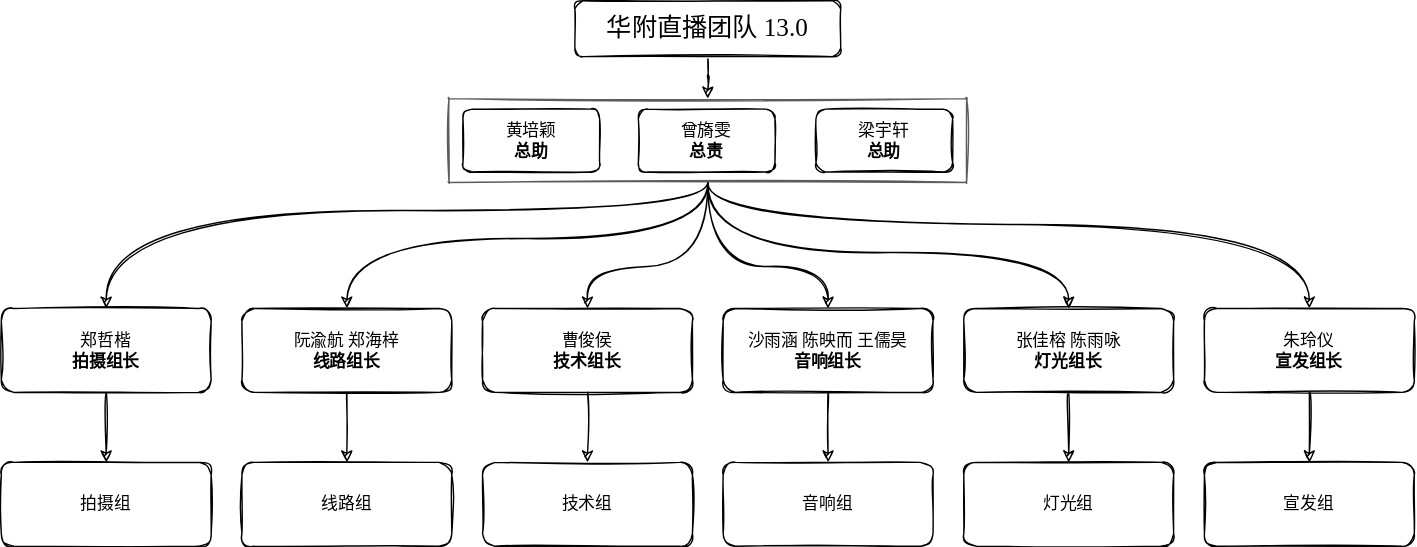
xiaoxuan010/HFLive-Technical-Document-2021 keeps this draw.io diagram as docs/diagrams/人员组织架构.svg. Above is the earlier version. Source tidied: cells renumbered, new cells last; positions are measured from the earlier drawing's top-left corner, leaving out a move shared by most shapes.
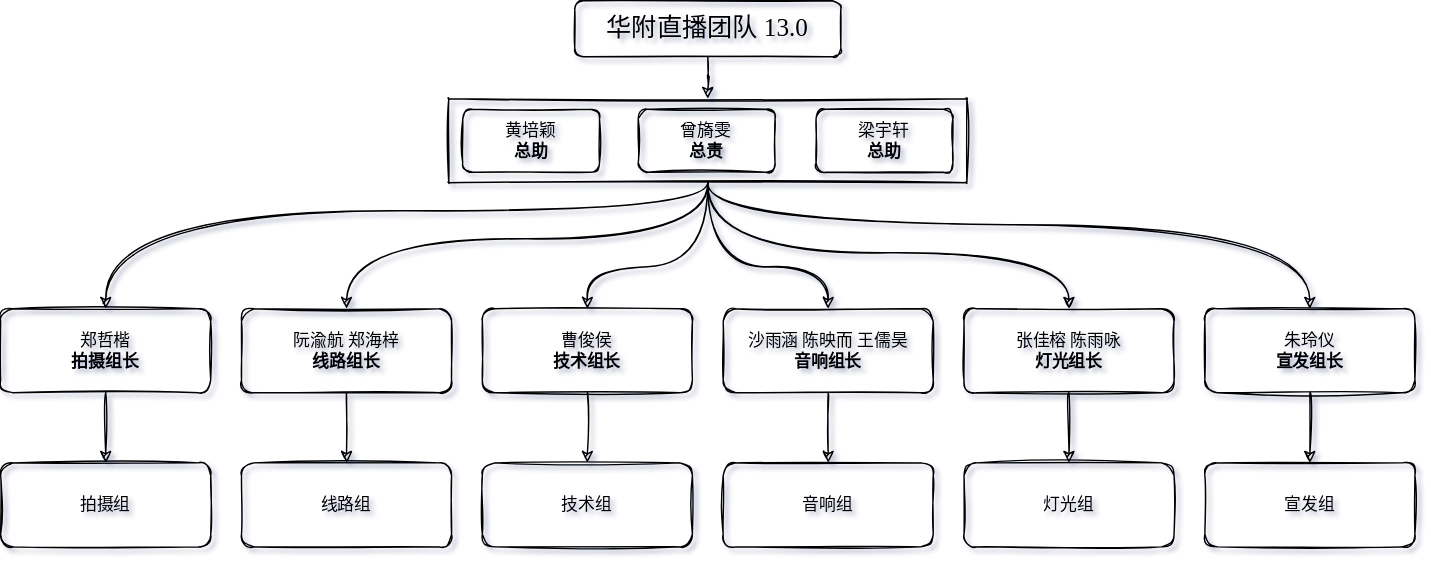
After the change.

Diff of the diagram source:
```diff
@@ -1,8 +1,8 @@
-<mxGraphModel background="#ffffff">
+<mxGraphModel shadow="1">
   <root>
     <mxCell id="0" />
     <mxCell id="1" parent="0" />
-    <mxCell id="2" style="edgeStyle=orthogonalEdgeStyle;jettySize=auto;html=1;fontFamily=思源宋体,serif;fontStyle=0;sketch=1;curved=1;" parent="1" edge="1" source="8" target="14">
+    <mxCell id="2" style="edgeStyle=orthogonalEdgeStyle;jettySize=auto;html=1;fontFamily=思源宋体,serif;fontStyle=0;sketch=1;curved=1;sketchStyle=rough;fixDash=0;labelBackgroundColor=none;shadow=0;swimlaneLine=1;strokeColor=default;" parent="1" edge="1" source="8" target="14">
       <mxGeometry relative="1" as="geometry">
         <Array as="points">
           <mxPoint x="505" y="150" />
@@ -10,7 +10,7 @@
         </Array>
       </mxGeometry>
     </mxCell>
-    <mxCell id="3" style="edgeStyle=orthogonalEdgeStyle;jettySize=auto;html=1;fontFamily=思源宋体,serif;fontStyle=0;sketch=1;curved=1;" parent="1" edge="1" source="8" target="16">
+    <mxCell id="3" style="edgeStyle=orthogonalEdgeStyle;jettySize=auto;html=1;fontFamily=思源宋体,serif;fontStyle=0;sketch=1;curved=1;sketchStyle=rough;fixDash=0;labelBackgroundColor=none;shadow=0;swimlaneLine=1;strokeColor=default;" parent="1" edge="1" source="8" target="16">
       <mxGeometry relative="1" as="geometry">
         <Array as="points">
           <mxPoint x="505" y="170" />
@@ -18,7 +18,7 @@
         </Array>
       </mxGeometry>
     </mxCell>
-    <mxCell id="4" style="edgeStyle=orthogonalEdgeStyle;jettySize=auto;html=1;exitX=0.5;exitY=1;exitDx=0;exitDy=0;fontFamily=思源宋体,serif;fontStyle=0;sketch=1;curved=1;" parent="1" edge="1" source="8" target="18">
+    <mxCell id="4" style="edgeStyle=orthogonalEdgeStyle;jettySize=auto;html=1;exitX=0.5;exitY=1;exitDx=0;exitDy=0;fontFamily=思源宋体,serif;fontStyle=0;sketch=1;curved=1;sketchStyle=rough;fixDash=0;labelBackgroundColor=none;shadow=0;swimlaneLine=1;strokeColor=default;" parent="1" edge="1" source="8" target="18">
       <mxGeometry relative="1" as="geometry">
         <Array as="points">
           <mxPoint x="505" y="190" />
@@ -26,7 +26,7 @@
         </Array>
       </mxGeometry>
     </mxCell>
-    <mxCell id="5" style="edgeStyle=orthogonalEdgeStyle;jettySize=auto;html=1;fontFamily=思源宋体,serif;fontStyle=0;sketch=1;curved=1;" parent="1" edge="1" source="8" target="20">
+    <mxCell id="5" style="edgeStyle=orthogonalEdgeStyle;jettySize=auto;html=1;fontFamily=思源宋体,serif;fontStyle=0;sketch=1;curved=1;sketchStyle=rough;fixDash=0;labelBackgroundColor=none;shadow=0;swimlaneLine=1;strokeColor=default;" parent="1" edge="1" source="8" target="20">
       <mxGeometry relative="1" as="geometry">
         <Array as="points">
           <mxPoint x="505" y="190" />
@@ -34,7 +34,7 @@
         </Array>
       </mxGeometry>
     </mxCell>
-    <mxCell id="6" style="edgeStyle=orthogonalEdgeStyle;jettySize=auto;html=1;fontFamily=思源宋体,serif;fontStyle=0;sketch=1;curved=1;" parent="1" edge="1" source="8" target="22">
+    <mxCell id="6" style="edgeStyle=orthogonalEdgeStyle;jettySize=auto;html=1;fontFamily=思源宋体,serif;fontStyle=0;sketch=1;curved=1;sketchStyle=rough;fixDash=0;labelBackgroundColor=none;shadow=0;swimlaneLine=1;strokeColor=default;" parent="1" edge="1" source="8" target="22">
       <mxGeometry relative="1" as="geometry">
         <Array as="points">
           <mxPoint x="505" y="180" />
@@ -42,7 +42,7 @@
         </Array>
       </mxGeometry>
     </mxCell>
-    <mxCell id="7" style="edgeStyle=orthogonalEdgeStyle;jettySize=auto;html=1;fontFamily=思源宋体,serif;fontStyle=0;sketch=1;curved=1;" parent="1" edge="1" source="8" target="24">
+    <mxCell id="7" style="edgeStyle=orthogonalEdgeStyle;jettySize=auto;html=1;fontFamily=思源宋体,serif;fontStyle=0;sketch=1;curved=1;sketchStyle=rough;fixDash=0;labelBackgroundColor=none;shadow=0;swimlaneLine=1;strokeColor=default;" parent="1" edge="1" source="8" target="24">
       <mxGeometry relative="1" as="geometry">
         <Array as="points">
           <mxPoint x="505" y="160" />
@@ -50,79 +50,79 @@
         </Array>
       </mxGeometry>
     </mxCell>
-    <mxCell id="8" style="swimlane;startSize=0;fontFamily=思源宋体,serif;fontStyle=0;sketch=1;rounded=1;arcSize=20;fillColor=default;shadow=0;glass=0;strokeColor=#5C5C5C;" parent="1" vertex="1">
+    <mxCell id="8" style="swimlane;startSize=0;fontFamily=思源宋体,serif;fontStyle=0;sketch=1;rounded=1;arcSize=20;fillColor=default;shadow=0;glass=0;strokeColor=default;sketchStyle=rough;fixDash=0;labelBackgroundColor=none;swimlaneLine=1;swimlaneFillColor=none;gradientColor=none;" parent="1" vertex="1">
       <mxGeometry x="320" y="70" width="370" height="60" as="geometry" />
     </mxCell>
-    <mxCell id="9" style="group;fontFamily=思源宋体,serif;fontStyle=0;strokeColor=none;sketch=1;rounded=1;" parent="8" vertex="1">
+    <mxCell id="9" style="group;fontFamily=思源宋体,serif;fontStyle=0;strokeColor=none;sketch=1;rounded=1;sketchStyle=rough;fixDash=0;labelBackgroundColor=none;shadow=0;swimlaneLine=1;fillColor=none;" parent="8" vertex="1">
       <mxGeometry x="10" y="7.5" width="350" height="45" as="geometry" />
     </mxCell>
-    <mxCell id="10" value="曾旖雯&lt;br&gt;&lt;span&gt;&lt;b&gt;总责&lt;/b&gt;&lt;/span&gt;" style="whiteSpace=wrap;html=1;fontFamily=思源宋体,serif;fontStyle=0;sketch=1;rounded=1;" parent="9" vertex="1">
+    <mxCell id="10" value="曾旖雯&lt;br&gt;&lt;span&gt;&lt;b&gt;总责&lt;/b&gt;&lt;/span&gt;" style="whiteSpace=wrap;html=1;fontFamily=思源宋体,serif;fontStyle=0;sketch=1;rounded=1;sketchStyle=rough;fixDash=0;labelBackgroundColor=none;shadow=0;swimlaneLine=1;strokeColor=default;fillColor=none;" parent="9" vertex="1">
       <mxGeometry x="125.3" width="97.7" height="45" as="geometry" />
     </mxCell>
-    <mxCell id="11" value="梁宇轩&lt;br&gt;&lt;span&gt;&lt;b&gt;总助&lt;/b&gt;&lt;/span&gt;" style="whiteSpace=wrap;html=1;fontFamily=思源宋体,serif;fontStyle=0;sketch=1;rounded=1;" parent="9" vertex="1">
+    <mxCell id="11" value="梁宇轩&lt;br&gt;&lt;span&gt;&lt;b&gt;总助&lt;/b&gt;&lt;/span&gt;" style="whiteSpace=wrap;html=1;fontFamily=思源宋体,serif;fontStyle=0;sketch=1;rounded=1;sketchStyle=rough;fixDash=0;labelBackgroundColor=none;shadow=0;swimlaneLine=1;strokeColor=default;fillColor=none;" parent="9" vertex="1">
       <mxGeometry x="252.3" width="97.7" height="45" as="geometry" />
     </mxCell>
-    <mxCell id="12" value="黄培颖&lt;br&gt;&lt;span&gt;&lt;b&gt;总助&lt;/b&gt;&lt;/span&gt;" style="whiteSpace=wrap;html=1;fontFamily=思源宋体,serif;fontStyle=0;sketch=1;rounded=1;" parent="9" vertex="1">
+    <mxCell id="12" value="黄培颖&lt;br&gt;&lt;span&gt;&lt;b&gt;总助&lt;/b&gt;&lt;/span&gt;" style="whiteSpace=wrap;html=1;fontFamily=思源宋体,serif;fontStyle=0;sketch=1;rounded=1;sketchStyle=rough;fixDash=0;labelBackgroundColor=none;shadow=0;swimlaneLine=1;strokeColor=default;fillColor=none;" parent="9" vertex="1">
       <mxGeometry width="97.7" height="45" as="geometry" />
     </mxCell>
-    <mxCell id="13" style="edgeStyle=orthogonalEdgeStyle;jettySize=auto;html=1;fontFamily=思源宋体,serif;fontStyle=0;sketch=1;curved=1;" parent="1" edge="1" source="14" target="25">
+    <mxCell id="13" style="edgeStyle=orthogonalEdgeStyle;jettySize=auto;html=1;fontFamily=思源宋体,serif;fontStyle=0;sketch=1;curved=1;sketchStyle=rough;fixDash=0;labelBackgroundColor=none;shadow=0;swimlaneLine=1;strokeColor=default;" parent="1" edge="1" source="14" target="25">
       <mxGeometry relative="1" as="geometry" />
     </mxCell>
-    <mxCell id="14" value="郑哲楷&lt;br&gt;&lt;span&gt;&lt;b&gt;拍摄组长&lt;/b&gt;&lt;/span&gt;" style="whiteSpace=wrap;html=1;fontFamily=思源宋体,serif;fontStyle=0;sketch=1;rounded=1;" parent="1" vertex="1">
+    <mxCell id="14" value="郑哲楷&lt;br&gt;&lt;span&gt;&lt;b&gt;拍摄组长&lt;/b&gt;&lt;/span&gt;" style="whiteSpace=wrap;html=1;fontFamily=思源宋体,serif;fontStyle=0;sketch=1;rounded=1;sketchStyle=rough;fixDash=0;labelBackgroundColor=none;shadow=0;swimlaneLine=1;strokeColor=default;fillColor=none;" parent="1" vertex="1">
       <mxGeometry y="220" width="150" height="60" as="geometry" />
     </mxCell>
-    <mxCell id="15" style="edgeStyle=orthogonalEdgeStyle;jettySize=auto;html=1;fontFamily=思源宋体,serif;fontStyle=0;sketch=1;curved=1;" parent="1" edge="1" source="16" target="26">
+    <mxCell id="15" style="edgeStyle=orthogonalEdgeStyle;jettySize=auto;html=1;fontFamily=思源宋体,serif;fontStyle=0;sketch=1;curved=1;sketchStyle=rough;fixDash=0;labelBackgroundColor=none;shadow=0;swimlaneLine=1;strokeColor=default;" parent="1" edge="1" source="16" target="26">
       <mxGeometry relative="1" as="geometry" />
     </mxCell>
-    <mxCell id="16" value="阮渝航 郑海梓&lt;br&gt;&lt;span&gt;&lt;b&gt;线路组长&lt;/b&gt;&lt;/span&gt;" style="whiteSpace=wrap;html=1;fontFamily=思源宋体,serif;fontStyle=0;sketch=1;rounded=1;" parent="1" vertex="1">
+    <mxCell id="16" value="阮渝航 郑海梓&lt;br&gt;&lt;span&gt;&lt;b&gt;线路组长&lt;/b&gt;&lt;/span&gt;" style="whiteSpace=wrap;html=1;fontFamily=思源宋体,serif;fontStyle=0;sketch=1;rounded=1;sketchStyle=rough;fixDash=0;labelBackgroundColor=none;shadow=0;swimlaneLine=1;strokeColor=default;fillColor=none;" parent="1" vertex="1">
       <mxGeometry x="172" y="220" width="150" height="60" as="geometry" />
     </mxCell>
-    <mxCell id="17" style="edgeStyle=orthogonalEdgeStyle;jettySize=auto;html=1;fontFamily=思源宋体,serif;fontStyle=0;sketch=1;curved=1;" parent="1" edge="1" source="18" target="27">
+    <mxCell id="17" style="edgeStyle=orthogonalEdgeStyle;jettySize=auto;html=1;fontFamily=思源宋体,serif;fontStyle=0;sketch=1;curved=1;sketchStyle=rough;fixDash=0;labelBackgroundColor=none;shadow=0;swimlaneLine=1;strokeColor=default;" parent="1" edge="1" source="18" target="27">
       <mxGeometry relative="1" as="geometry" />
     </mxCell>
-    <mxCell id="18" value="曹俊侯&lt;br&gt;&lt;span&gt;&lt;b&gt;技术组长&lt;/b&gt;&lt;/span&gt;" style="whiteSpace=wrap;html=1;fontFamily=思源宋体,serif;fontStyle=0;sketch=1;rounded=1;" parent="1" vertex="1">
+    <mxCell id="18" value="曹俊侯&lt;br&gt;&lt;span&gt;&lt;b&gt;技术组长&lt;/b&gt;&lt;/span&gt;" style="whiteSpace=wrap;html=1;fontFamily=思源宋体,serif;fontStyle=0;sketch=1;rounded=1;sketchStyle=rough;fixDash=0;labelBackgroundColor=none;shadow=0;swimlaneLine=1;strokeColor=default;fillColor=none;" parent="1" vertex="1">
       <mxGeometry x="344" y="220" width="150" height="60" as="geometry" />
     </mxCell>
-    <mxCell id="19" style="edgeStyle=orthogonalEdgeStyle;jettySize=auto;html=1;fontFamily=思源宋体,serif;fontStyle=0;sketch=1;curved=1;" parent="1" edge="1" source="20" target="28">
+    <mxCell id="19" style="edgeStyle=orthogonalEdgeStyle;jettySize=auto;html=1;fontFamily=思源宋体,serif;fontStyle=0;sketch=1;curved=1;sketchStyle=rough;fixDash=0;labelBackgroundColor=none;shadow=0;swimlaneLine=1;strokeColor=default;" parent="1" edge="1" source="20" target="28">
       <mxGeometry relative="1" as="geometry" />
     </mxCell>
-    <mxCell id="20" value="沙雨涵 陈映而 王儒昊&lt;br&gt;&lt;span&gt;&lt;b&gt;音响组长&lt;/b&gt;&lt;/span&gt;" style="whiteSpace=wrap;html=1;fontFamily=思源宋体,serif;fontStyle=0;sketch=1;rounded=1;" parent="1" vertex="1">
+    <mxCell id="20" value="沙雨涵 陈映而 王儒昊&lt;br&gt;&lt;span&gt;&lt;b&gt;音响组长&lt;/b&gt;&lt;/span&gt;" style="whiteSpace=wrap;html=1;fontFamily=思源宋体,serif;fontStyle=0;sketch=1;rounded=1;sketchStyle=rough;fixDash=0;labelBackgroundColor=none;shadow=0;swimlaneLine=1;strokeColor=default;fillColor=none;" parent="1" vertex="1">
       <mxGeometry x="516" y="220" width="150" height="60" as="geometry" />
     </mxCell>
-    <mxCell id="21" style="edgeStyle=orthogonalEdgeStyle;jettySize=auto;html=1;fontFamily=思源宋体,serif;fontStyle=0;sketch=1;curved=1;" parent="1" edge="1" source="22" target="30">
+    <mxCell id="21" style="edgeStyle=orthogonalEdgeStyle;jettySize=auto;html=1;fontFamily=思源宋体,serif;fontStyle=0;sketch=1;curved=1;sketchStyle=rough;fixDash=0;labelBackgroundColor=none;shadow=0;swimlaneLine=1;strokeColor=default;" parent="1" edge="1" source="22" target="30">
       <mxGeometry relative="1" as="geometry" />
     </mxCell>
-    <mxCell id="22" value="张佳榕 陈雨咏&lt;br&gt;&lt;span&gt;&lt;b&gt;灯光组长&lt;/b&gt;&lt;/span&gt;" style="whiteSpace=wrap;html=1;fontFamily=思源宋体,serif;fontStyle=0;sketch=1;rounded=1;" parent="1" vertex="1">
+    <mxCell id="22" value="张佳榕 陈雨咏&lt;br&gt;&lt;span&gt;&lt;b&gt;灯光组长&lt;/b&gt;&lt;/span&gt;" style="whiteSpace=wrap;html=1;fontFamily=思源宋体,serif;fontStyle=0;sketch=1;rounded=1;sketchStyle=rough;fixDash=0;labelBackgroundColor=none;shadow=0;swimlaneLine=1;strokeColor=default;fillColor=none;" parent="1" vertex="1">
       <mxGeometry x="688" y="220" width="150" height="60" as="geometry" />
     </mxCell>
-    <mxCell id="23" style="edgeStyle=orthogonalEdgeStyle;jettySize=auto;html=1;fontFamily=思源宋体,serif;fontStyle=0;sketch=1;curved=1;" parent="1" edge="1" source="24" target="29">
+    <mxCell id="23" style="edgeStyle=orthogonalEdgeStyle;jettySize=auto;html=1;fontFamily=思源宋体,serif;fontStyle=0;sketch=1;curved=1;sketchStyle=rough;fixDash=0;labelBackgroundColor=none;shadow=0;swimlaneLine=1;strokeColor=default;" parent="1" edge="1" source="24" target="29">
       <mxGeometry relative="1" as="geometry" />
     </mxCell>
-    <mxCell id="24" value="朱玲仪&lt;br&gt;&lt;span&gt;&lt;b&gt;宣发组长&lt;/b&gt;&lt;/span&gt;" style="whiteSpace=wrap;html=1;fontFamily=思源宋体,serif;fontStyle=0;sketch=1;rounded=1;" parent="1" vertex="1">
+    <mxCell id="24" value="朱玲仪&lt;br&gt;&lt;span&gt;&lt;b&gt;宣发组长&lt;/b&gt;&lt;/span&gt;" style="whiteSpace=wrap;html=1;fontFamily=思源宋体,serif;fontStyle=0;sketch=1;rounded=1;sketchStyle=rough;fixDash=0;labelBackgroundColor=none;shadow=0;swimlaneLine=1;strokeColor=default;fillColor=none;" parent="1" vertex="1">
       <mxGeometry x="860" y="220" width="150" height="60" as="geometry" />
     </mxCell>
-    <mxCell id="25" value="拍摄组" style="whiteSpace=wrap;html=1;fontFamily=思源宋体,serif;fontStyle=0;sketch=1;rounded=1;" parent="1" vertex="1">
+    <mxCell id="25" value="拍摄组" style="whiteSpace=wrap;html=1;fontFamily=思源宋体,serif;fontStyle=0;sketch=1;rounded=1;sketchStyle=rough;fixDash=0;labelBackgroundColor=none;shadow=0;swimlaneLine=1;strokeColor=default;fillColor=none;" parent="1" vertex="1">
       <mxGeometry y="330" width="150" height="60" as="geometry" />
     </mxCell>
-    <mxCell id="26" value="线路组" style="whiteSpace=wrap;html=1;fontFamily=思源宋体,serif;fontStyle=0;sketch=1;rounded=1;" parent="1" vertex="1">
+    <mxCell id="26" value="线路组" style="whiteSpace=wrap;html=1;fontFamily=思源宋体,serif;fontStyle=0;sketch=1;rounded=1;sketchStyle=rough;fixDash=0;labelBackgroundColor=none;shadow=0;swimlaneLine=1;strokeColor=default;fillColor=none;" parent="1" vertex="1">
       <mxGeometry x="172" y="330" width="150" height="60" as="geometry" />
     </mxCell>
-    <mxCell id="27" value="技术组" style="whiteSpace=wrap;html=1;fontFamily=思源宋体,serif;fontStyle=0;sketch=1;rounded=1;" parent="1" vertex="1">
+    <mxCell id="27" value="技术组" style="whiteSpace=wrap;html=1;fontFamily=思源宋体,serif;fontStyle=0;sketch=1;rounded=1;sketchStyle=rough;fixDash=0;labelBackgroundColor=none;shadow=0;swimlaneLine=1;strokeColor=default;fillColor=none;" parent="1" vertex="1">
       <mxGeometry x="344" y="330" width="150" height="60" as="geometry" />
     </mxCell>
-    <mxCell id="28" value="音响组" style="whiteSpace=wrap;html=1;fontFamily=思源宋体,serif;fontStyle=0;sketch=1;rounded=1;" parent="1" vertex="1">
+    <mxCell id="28" value="音响组" style="whiteSpace=wrap;html=1;fontFamily=思源宋体,serif;fontStyle=0;sketch=1;rounded=1;sketchStyle=rough;fixDash=0;labelBackgroundColor=none;shadow=0;swimlaneLine=1;strokeColor=default;fillColor=none;" parent="1" vertex="1">
       <mxGeometry x="516" y="330" width="150" height="60" as="geometry" />
     </mxCell>
-    <mxCell id="29" value="宣发组" style="whiteSpace=wrap;html=1;fontFamily=思源宋体,serif;fontStyle=0;sketch=1;rounded=1;" parent="1" vertex="1">
+    <mxCell id="29" value="宣发组" style="whiteSpace=wrap;html=1;fontFamily=思源宋体,serif;fontStyle=0;sketch=1;rounded=1;sketchStyle=rough;fixDash=0;labelBackgroundColor=none;shadow=0;swimlaneLine=1;strokeColor=default;fillColor=none;" parent="1" vertex="1">
       <mxGeometry x="860" y="330" width="150" height="60" as="geometry" />
     </mxCell>
-    <mxCell id="30" value="灯光组" style="whiteSpace=wrap;html=1;fontFamily=思源宋体,serif;fontStyle=0;sketch=1;rounded=1;" parent="1" vertex="1">
+    <mxCell id="30" value="灯光组" style="whiteSpace=wrap;html=1;fontFamily=思源宋体,serif;fontStyle=0;sketch=1;rounded=1;sketchStyle=rough;fixDash=0;labelBackgroundColor=none;shadow=0;swimlaneLine=1;strokeColor=default;fillColor=none;" parent="1" vertex="1">
       <mxGeometry x="688" y="330" width="150" height="60" as="geometry" />
     </mxCell>
-    <mxCell id="31" style="edgeStyle=orthogonalEdgeStyle;jettySize=auto;html=1;entryX=0.5;entryY=0;entryDx=0;entryDy=0;fontFamily=思源宋体,serif;fontStyle=0;sketch=1;curved=1;" parent="1" edge="1" source="32" target="8">
+    <mxCell id="31" style="edgeStyle=orthogonalEdgeStyle;jettySize=auto;html=1;entryX=0.5;entryY=0;entryDx=0;entryDy=0;fontFamily=思源宋体,serif;fontStyle=0;sketch=1;curved=1;sketchStyle=rough;fixDash=0;labelBackgroundColor=none;shadow=0;swimlaneLine=1;strokeColor=default;" parent="1" edge="1" source="32" target="8">
       <mxGeometry relative="1" as="geometry" />
     </mxCell>
-    <mxCell id="32" value="&lt;font style=&quot;font-size: 18px&quot;&gt;华附直播团队 13.0&lt;/font&gt;" style="whiteSpace=wrap;html=1;fontFamily=思源宋体,serif;fontStyle=0;sketch=1;rounded=1;" parent="1" vertex="1">
+    <mxCell id="32" value="&lt;font style=&quot;font-size: 18px&quot;&gt;华附直播团队 13.0&lt;/font&gt;" style="whiteSpace=wrap;html=1;fontFamily=思源宋体,serif;fontStyle=0;sketch=1;rounded=1;fillColor=none;sketchStyle=rough;fixDash=0;labelBackgroundColor=none;shadow=0;swimlaneLine=1;imageAspect=1;strokeColor=default;" parent="1" vertex="1">
       <mxGeometry x="410" width="190" height="40" as="geometry" />
     </mxCell>
   </root>
```
